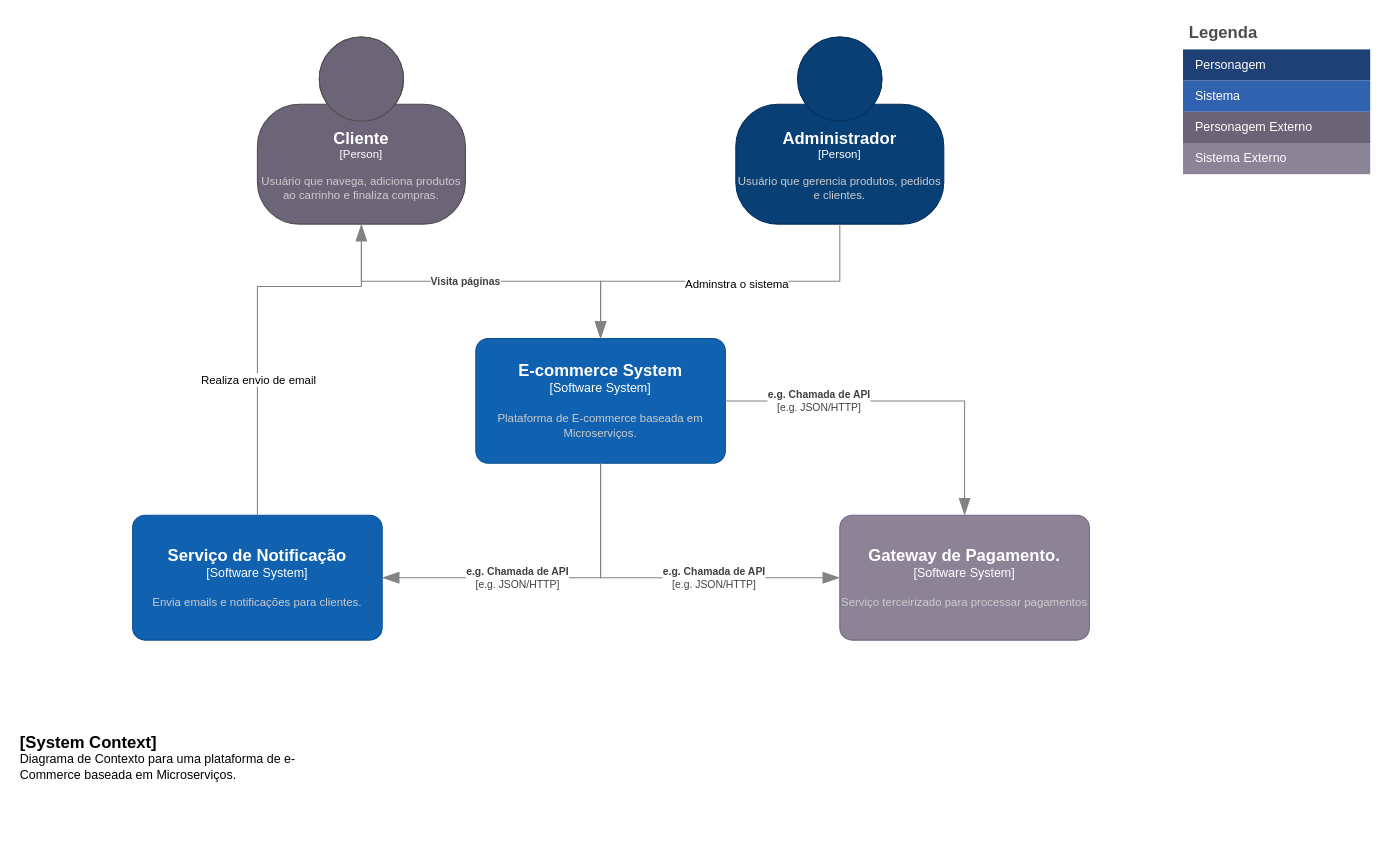
Before: page "Contexto" (1 of 3) of Microservicos/Arquitetura e-commerce.drawio in cleversantoro/microservicos-arquitetura, a draw.io diagram. Source tidied: cells renumbered, new cells numbered last; positions are measured from the earlier drawing's top-left corner, leaving out a move shared by most shapes. Both pictures are drawn from the tidied source at 104%, with x=0, y=0 at pixel (18, 18).
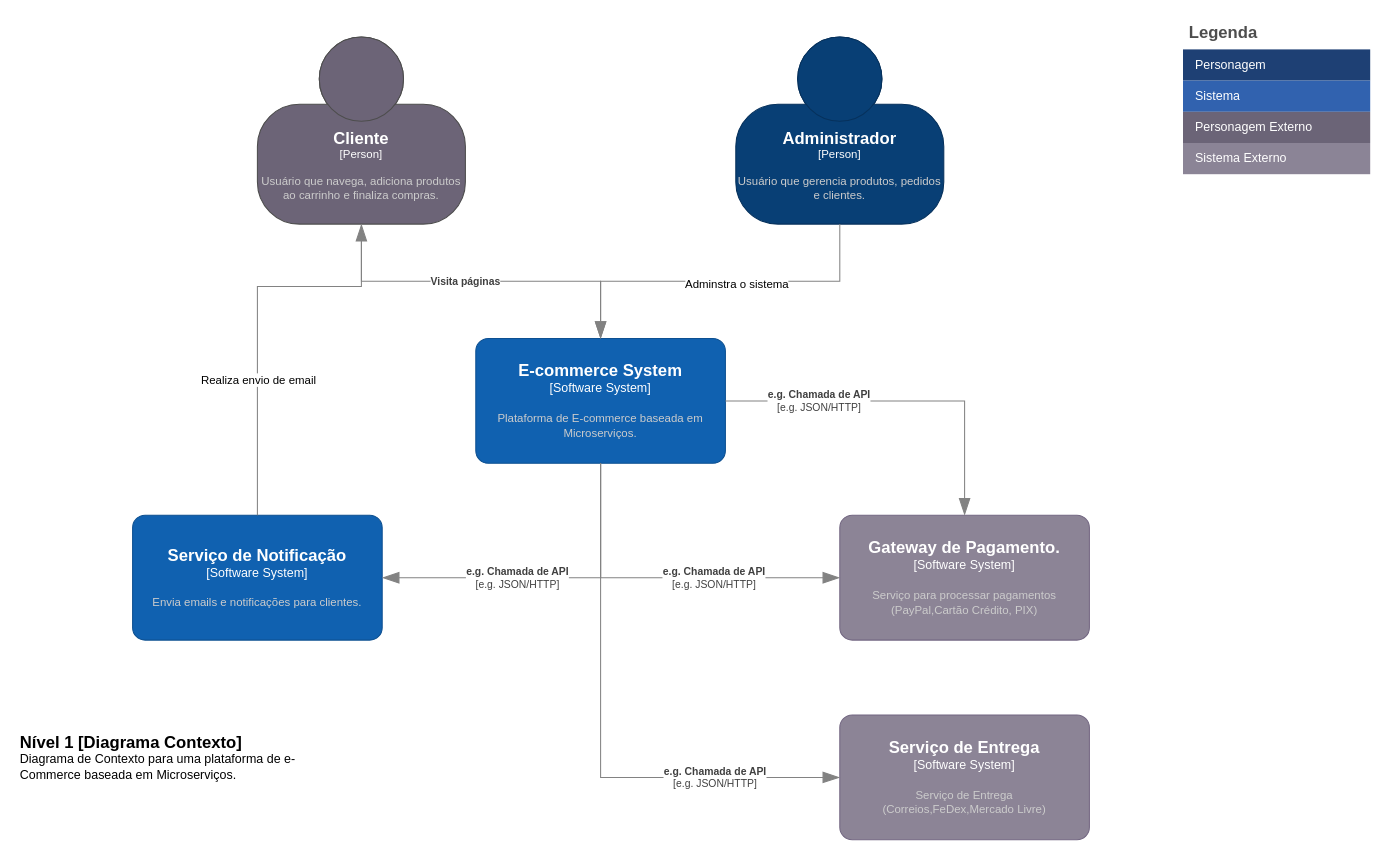
Above is the later version.

The change refers to these unchanged cells:
```xml
<object id="5" label="&lt;font style=&quot;font-size: 16px&quot;&gt;&lt;b&gt;%c4Name%&lt;/b&gt;&lt;/font&gt;&lt;div&gt;[%c4Type%]&lt;/div&gt;&lt;br&gt;&lt;div&gt;&lt;font style=&quot;font-size: 11px&quot;&gt;&lt;font color=&quot;#cccccc&quot;&gt;%c4Description%&lt;/font&gt;&lt;/div&gt;" c4Description="Plataforma de E-commerce baseada em Microserviços." c4Name="E-commerce System" c4Type="Software System" placeholders="1">
  <mxCell style="rounded=1;whiteSpace=wrap;html=1;labelBackgroundColor=none;fillColor=#1061B0;fontColor=#ffffff;align=center;arcSize=10;strokeColor=#0D5091;points=[[0.25,0,0],[0.5,0,0],[0.75,0,0],[1,0.25,0],[1,0.5,0],[1,0.75,0],[0.75,1,0],[0.5,1,0],[0.25,1,0],[0,0.75,0],[0,0.5,0],[0,0.25,0]];" parent="1" vertex="1">
    <mxGeometry x="440" y="308" width="240" height="120" as="geometry" />
  </mxCell>
</object>
```

What changed in the source:
```diff
@@
-    <object id="6" label="&lt;font style=&quot;font-size: 16px&quot;&gt;&lt;b&gt;%c4Name%&lt;/b&gt;&lt;/font&gt;&lt;div&gt;[%c4Type%]&lt;/div&gt;&lt;br&gt;&lt;div&gt;&lt;font style=&quot;font-size: 11px&quot;&gt;&lt;font color=&quot;#cccccc&quot;&gt;%c4Description%&lt;/font&gt;&lt;/div&gt;" c4Description="Serviço terceirizado para processar pagamentos" c4Name="Gateway de Pagamento." c4Type="Software System" placeholders="1">
+    <object id="6" label="&lt;font style=&quot;font-size: 16px&quot;&gt;&lt;b&gt;%c4Name%&lt;/b&gt;&lt;/font&gt;&lt;div&gt;[%c4Type%]&lt;/div&gt;&lt;br&gt;&lt;div&gt;&lt;font style=&quot;font-size: 11px&quot;&gt;&lt;font color=&quot;#cccccc&quot;&gt;%c4Description%&lt;/font&gt;&lt;/div&gt;" c4Description="Serviço para processar pagamentos&#10;(PayPal,Cartão Crédito, PIX)" c4Name="Gateway de Pagamento." c4Type="Software System" placeholders="1">
       <mxCell style="rounded=1;whiteSpace=wrap;html=1;labelBackgroundColor=none;fillColor=#8C8496;fontColor=#ffffff;align=center;arcSize=10;strokeColor=#736782;points=[[0.25,0,0],[0.5,0,0],[0.75,0,0],[1,0.25,0],[1,0.5,0],[1,0.75,0],[0.75,1,0],[0.5,1,0],[0.25,1,0],[0,0.75,0],[0,0.5,0],[0,0.25,0]];" parent="1" vertex="1">
         <mxGeometry x="790" y="478" width="240" height="120" as="geometry" />
       </mxCell>
     </object>
-    <object id="7" label="&lt;font style=&quot;font-size: 16px&quot;&gt;&lt;b&gt;&lt;div style=&quot;text-align: left&quot;&gt;%c4Name%&lt;/div&gt;&lt;/b&gt;&lt;/font&gt;&lt;div style=&quot;text-align: left&quot;&gt;%c4Description%&lt;/div&gt;" c4Description="Diagrama de Contexto para uma plataforma de e-Commerce baseada em Microserviços." c4Name="[System Context]" placeholders="1">
+    <object id="7" label="&lt;font style=&quot;font-size: 16px&quot;&gt;&lt;b&gt;&lt;div style=&quot;text-align: left&quot;&gt;%c4Name%&lt;/div&gt;&lt;/b&gt;&lt;/font&gt;&lt;div style=&quot;text-align: left&quot;&gt;%c4Description%&lt;/div&gt;" c4Description="Diagrama de Contexto para uma plataforma de e-Commerce baseada em Microserviços." c4Name="Nível 1 [Diagrama Contexto]" placeholders="1">
       <mxCell style="text;html=1;strokeColor=none;fillColor=none;align=left;verticalAlign=top;whiteSpace=wrap;rounded=0;" parent="1" vertex="1">
         <mxGeometry y="680" width="320" height="60" as="geometry" />
       </mxCell>
     </object>
@@
+    <object id="25" label="&lt;font style=&quot;font-size: 16px&quot;&gt;&lt;b&gt;%c4Name%&lt;/b&gt;&lt;/font&gt;&lt;div&gt;[%c4Type%]&lt;/div&gt;&lt;br&gt;&lt;div&gt;&lt;font style=&quot;font-size: 11px&quot;&gt;&lt;font color=&quot;#cccccc&quot;&gt;%c4Description%&lt;/font&gt;&lt;/div&gt;" c4Description="Serviço de Entrega &#10;(Correios,FeDex,Mercado Livre)" c4Name="Serviço de Entrega" c4Type="Software System" placeholders="1">
+      <mxCell style="rounded=1;whiteSpace=wrap;html=1;labelBackgroundColor=none;fillColor=#8C8496;fontColor=#ffffff;align=center;arcSize=10;strokeColor=#736782;points=[[0.25,0,0],[0.5,0,0],[0.75,0,0],[1,0.25,0],[1,0.5,0],[1,0.75,0],[0.75,1,0],[0.5,1,0],[0.25,1,0],[0,0.75,0],[0,0.5,0],[0,0.25,0]];" parent="1" vertex="1">
+        <mxGeometry x="790" y="670" width="240" height="120" as="geometry" />
+      </mxCell>
+    </object>
+    <object id="26" label="&lt;div style=&quot;text-align: left&quot;&gt;&lt;div style=&quot;text-align: center&quot;&gt;&lt;b&gt;%c4Description%&lt;/b&gt;&lt;/div&gt;&lt;div style=&quot;text-align: center&quot;&gt;[%c4Technology%]&lt;/div&gt;&lt;/div&gt;" c4Description="e.g. Chamada de API" c4Technology="e.g. JSON/HTTP" placeholders="1">
+      <mxCell style="endArrow=blockThin;html=1;fontSize=10;fontColor=#404040;strokeWidth=1;endFill=1;strokeColor=#828282;elbow=vertical;endSize=14;startSize=14;jumpStyle=arc;jumpSize=16;rounded=0;edgeStyle=orthogonalEdgeStyle;entryX=0;entryY=0.5;entryDx=0;entryDy=0;entryPerimeter=0;exitX=0.5;exitY=1;exitDx=0;exitDy=0;exitPerimeter=0;" parent="1" edge="1" source="5" target="25">
+        <mxGeometry x="0.55" relative="1" as="geometry" />
+      </mxCell>
+    </object>
```
